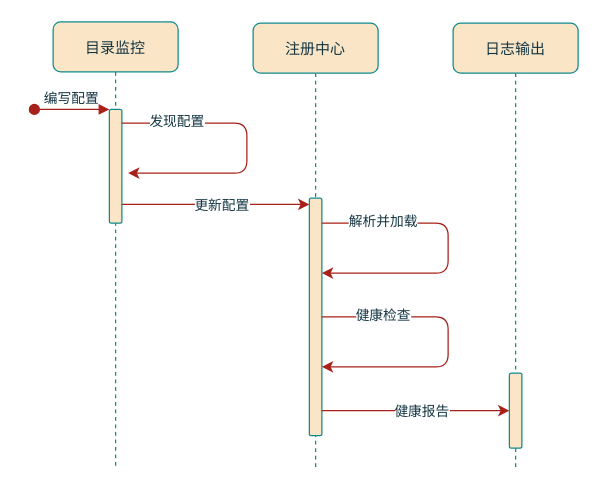
Earlier version of the draw.io diagram 统一数据源-业务序列图.drawio (SevDaisy/draw-io-lib). Source tidied: cells renumbered, new cells numbered last; positions are measured from the earlier drawing's top-left corner, leaving out a move shared by most shapes. Both pictures are drawn from the tidied source at 125%, with x=0, y=0 at pixel (34, 21).
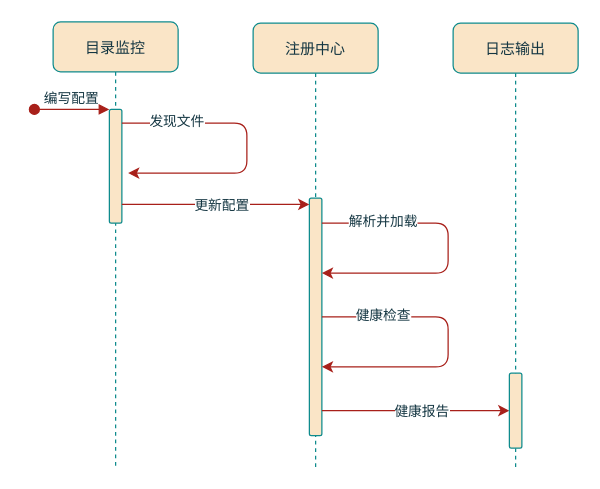
The same diagram, later.

Commit message (it also covers changes not shown here):
更新统一数据源-业务序列图.drawio

The change refers to these unchanged cells:
```xml
<mxCell id="9" style="endArrow=classic;html=1;rounded=1;shadow=0;labelBackgroundColor=none;strokeColor=#A8201A;strokeWidth=1;fontFamily=Helvetica;fontSize=11;fontColor=#143642;endSize=6;shape=connector;exitX=0.995;exitY=0.052;exitDx=0;exitDy=0;exitPerimeter=0;" parent="1" edge="1">
  <mxGeometry relative="1" as="geometry">
    <mxPoint x="70" y="81" as="sourcePoint" />
    <mxPoint x="75" y="121" as="targetPoint" />
    <Array as="points">
      <mxPoint x="170" y="81.1" />
      <mxPoint x="170" y="121.1" />
    </Array>
  </mxGeometry>
</mxCell>
```

Change to the diagram source:
```diff
@@
-    <mxCell id="10" value="发现配置" style="edgeLabel;html=1;align=center;verticalAlign=middle;fontSize=11;fontFamily=Helvetica;fontColor=#143642;" parent="9" vertex="1">
+    <mxCell id="10" value="发现文件" style="edgeLabel;html=1;align=center;verticalAlign=middle;fontSize=11;fontFamily=Helvetica;fontColor=#143642;" parent="9" vertex="1">
       <mxGeometry x="-0.63" y="2" relative="1" as="geometry" />
     </mxCell>
```
